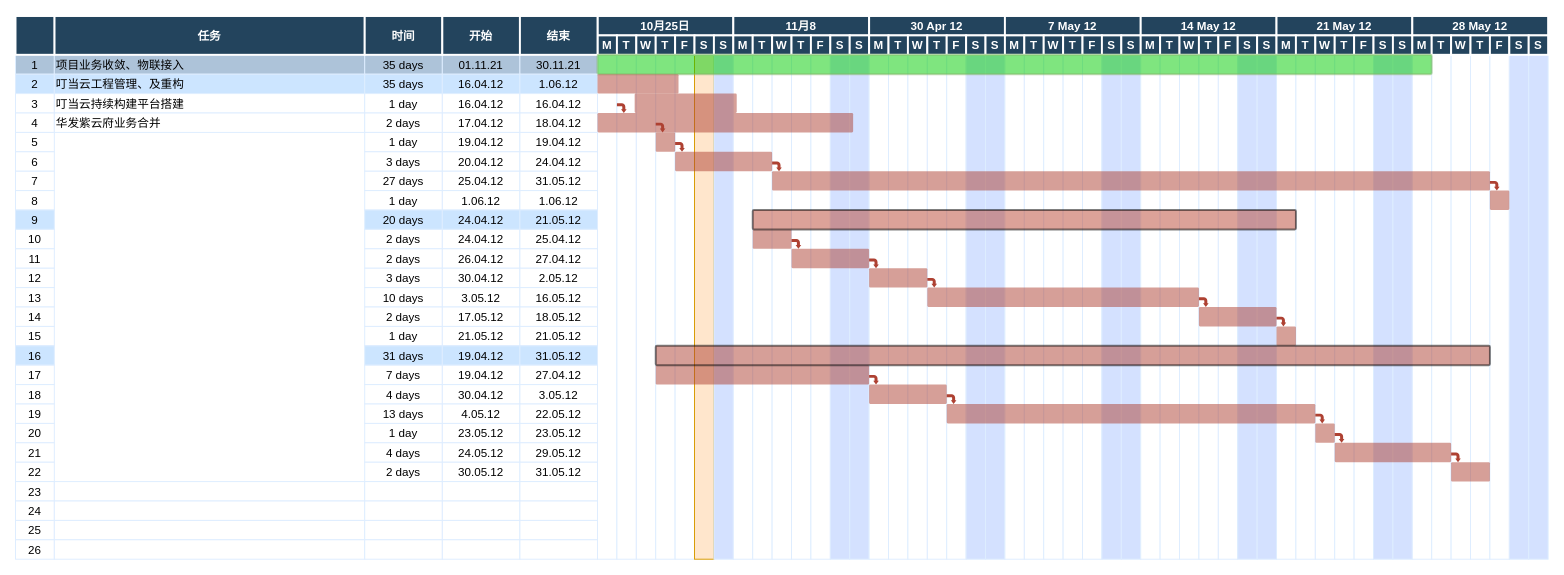
Above: Untitled Diagram.drawio in csm1sh/pinspire (draw.io), before the change. Source tidied: cells renumbered, new cells numbered last; positions are measured from the earlier drawing's top-left corner, leaving out a move shared by most shapes. Both pictures are drawn from the tidied source at 97%, with x=0, y=0 at pixel (15, 16).
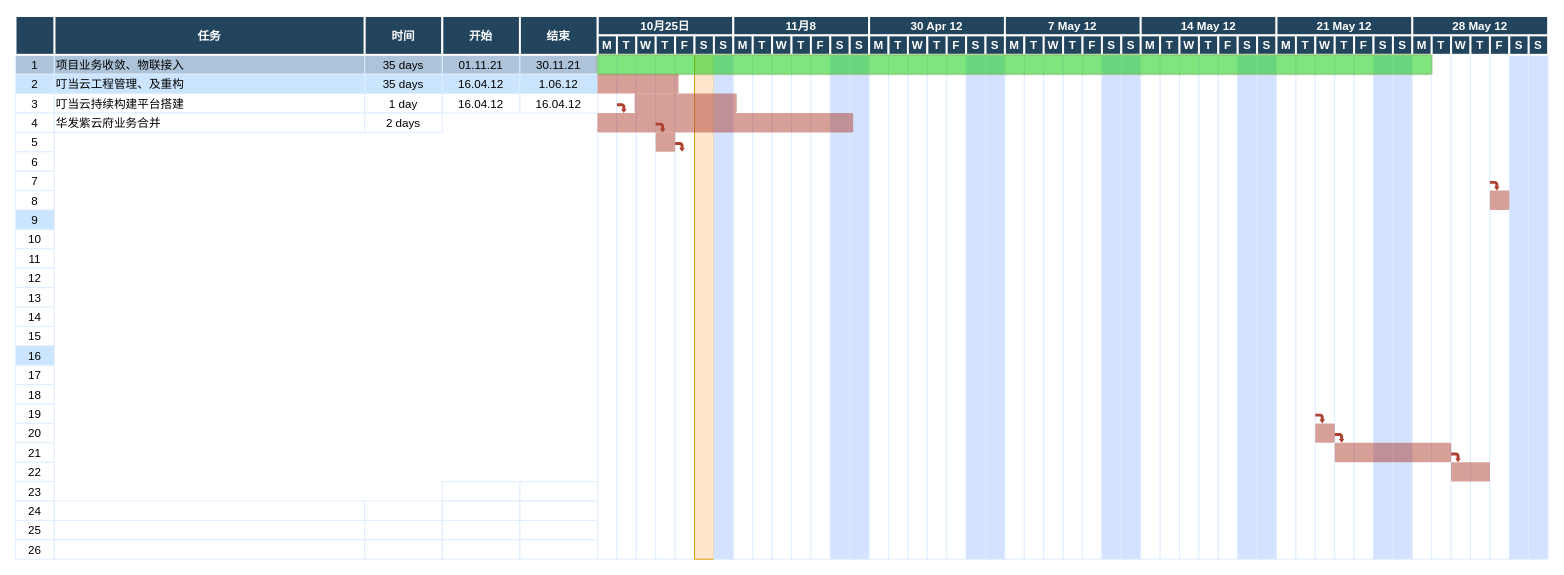
Above is the later version.

The edit, as a diff of the source:
```diff
@@
-    <mxCell id="21" value="17.04.12" style="strokeColor=#DEEDFF;" parent="1" vertex="1">
-      <mxGeometry x="440.5" y="100" width="80" height="20" as="geometry" />
-    </mxCell>
-    <mxCell id="22" value="18.04.12" style="strokeColor=#DEEDFF;" parent="1" vertex="1">
-      <mxGeometry x="520.5" y="100" width="80" height="20" as="geometry" />
-    </mxCell>
@@
-    <mxCell id="24" value="1 day" style="strokeColor=#DEEDFF;" parent="1" vertex="1">
-      <mxGeometry x="360.5" y="120" width="80" height="20" as="geometry" />
-    </mxCell>
-    <mxCell id="25" value="19.04.12" style="strokeColor=#DEEDFF;" parent="1" vertex="1">
-      <mxGeometry x="440.5" y="120" width="80" height="20" as="geometry" />
-    </mxCell>
-    <mxCell id="26" value="19.04.12" style="strokeColor=#DEEDFF;" parent="1" vertex="1">
-      <mxGeometry x="520.5" y="120" width="80" height="20" as="geometry" />
-    </mxCell>
@@
-    <mxCell id="28" value="3 days" style="strokeColor=#DEEDFF;" parent="1" vertex="1">
-      <mxGeometry x="360.5" y="140" width="80" height="20" as="geometry" />
-    </mxCell>
-    <mxCell id="29" value="20.04.12" style="strokeColor=#DEEDFF;" parent="1" vertex="1">
-      <mxGeometry x="440.5" y="140" width="80" height="20" as="geometry" />
-    </mxCell>
-    <mxCell id="30" value="24.04.12" style="strokeColor=#DEEDFF;" parent="1" vertex="1">
-      <mxGeometry x="520.5" y="140" width="80" height="20" as="geometry" />
-    </mxCell>
@@
-    <mxCell id="32" value="27 days" style="strokeColor=#DEEDFF;" parent="1" vertex="1">
-      <mxGeometry x="360.5" y="160" width="80" height="20" as="geometry" />
-    </mxCell>
-    <mxCell id="33" value="25.04.12" style="strokeColor=#DEEDFF;" parent="1" vertex="1">
-      <mxGeometry x="440.5" y="160" width="80" height="20" as="geometry" />
-    </mxCell>
-    <mxCell id="34" value="31.05.12" style="strokeColor=#DEEDFF;" parent="1" vertex="1">
-      <mxGeometry x="520.5" y="160" width="80" height="20" as="geometry" />
-    </mxCell>
@@
-    <mxCell id="36" value="1 day" style="strokeColor=#DEEDFF;" parent="1" vertex="1">
-      <mxGeometry x="360.5" y="180" width="80" height="20" as="geometry" />
-    </mxCell>
-    <mxCell id="37" value="1.06.12" style="strokeColor=#DEEDFF;" parent="1" vertex="1">
-      <mxGeometry x="440.5" y="180" width="80" height="20" as="geometry" />
-    </mxCell>
-    <mxCell id="38" value="1.06.12" style="strokeColor=#DEEDFF;" parent="1" vertex="1">
-      <mxGeometry x="520.5" y="180" width="80" height="20" as="geometry" />
-    </mxCell>
@@
-    <mxCell id="40" value="20 days" style="strokeColor=#DEEDFF;fillColor=#CCE5FF;" parent="1" vertex="1">
-      <mxGeometry x="360.5" y="200" width="80" height="20" as="geometry" />
-    </mxCell>
-    <mxCell id="41" value="24.04.12" style="strokeColor=#DEEDFF;fillColor=#CCE5FF;" parent="1" vertex="1">
-      <mxGeometry x="440.5" y="200" width="80" height="20" as="geometry" />
-    </mxCell>
-    <mxCell id="42" value="21.05.12" style="strokeColor=#DEEDFF;fillColor=#CCE5FF;" parent="1" vertex="1">
-      <mxGeometry x="520.5" y="200" width="80" height="20" as="geometry" />
-    </mxCell>
@@
-    <mxCell id="44" value="2 days" style="strokeColor=#DEEDFF;" parent="1" vertex="1">
-      <mxGeometry x="360.5" y="220" width="80" height="20" as="geometry" />
-    </mxCell>
-    <mxCell id="45" value="24.04.12" style="strokeColor=#DEEDFF;" parent="1" vertex="1">
-      <mxGeometry x="440.5" y="220" width="80" height="20" as="geometry" />
-    </mxCell>
-    <mxCell id="46" value="25.04.12" style="strokeColor=#DEEDFF;" parent="1" vertex="1">
-      <mxGeometry x="520.5" y="220" width="80" height="20" as="geometry" />
-    </mxCell>
@@
-    <mxCell id="48" value="2 days" style="strokeColor=#DEEDFF;" parent="1" vertex="1">
-      <mxGeometry x="360.5" y="240" width="80" height="20" as="geometry" />
-    </mxCell>
-    <mxCell id="49" value="26.04.12" style="strokeColor=#DEEDFF;" parent="1" vertex="1">
-      <mxGeometry x="440.5" y="240" width="80" height="20" as="geometry" />
-    </mxCell>
-    <mxCell id="50" value="27.04.12" style="strokeColor=#DEEDFF;" parent="1" vertex="1">
-      <mxGeometry x="520.5" y="240" width="80" height="20" as="geometry" />
-    </mxCell>
@@
-    <mxCell id="52" value="3 days" style="strokeColor=#DEEDFF;" parent="1" vertex="1">
-      <mxGeometry x="360.5" y="260" width="80" height="20" as="geometry" />
-    </mxCell>
-    <mxCell id="53" value="30.04.12" style="strokeColor=#DEEDFF;" parent="1" vertex="1">
-      <mxGeometry x="440.5" y="260" width="80" height="20" as="geometry" />
-    </mxCell>
-    <mxCell id="54" value="2.05.12" style="strokeColor=#DEEDFF;" parent="1" vertex="1">
-      <mxGeometry x="520.5" y="260" width="80" height="20" as="geometry" />
-    </mxCell>
@@
-    <mxCell id="56" value="10 days" style="strokeColor=#DEEDFF;" parent="1" vertex="1">
-      <mxGeometry x="360.5" y="280" width="80" height="20" as="geometry" />
-    </mxCell>
-    <mxCell id="57" value="3.05.12" style="strokeColor=#DEEDFF;" parent="1" vertex="1">
-      <mxGeometry x="440.5" y="280" width="80" height="20" as="geometry" />
-    </mxCell>
-    <mxCell id="58" value="16.05.12" style="strokeColor=#DEEDFF;" parent="1" vertex="1">
-      <mxGeometry x="520.5" y="280" width="80" height="20" as="geometry" />
-    </mxCell>
@@
-    <mxCell id="60" value="2 days" style="strokeColor=#DEEDFF;" parent="1" vertex="1">
-      <mxGeometry x="360.5" y="300" width="80" height="20" as="geometry" />
-    </mxCell>
-    <mxCell id="61" value="17.05.12" style="strokeColor=#DEEDFF;" parent="1" vertex="1">
-      <mxGeometry x="440.5" y="300" width="80" height="20" as="geometry" />
-    </mxCell>
-    <mxCell id="62" value="18.05.12" style="strokeColor=#DEEDFF;" parent="1" vertex="1">
-      <mxGeometry x="520.5" y="300" width="80" height="20" as="geometry" />
-    </mxCell>
@@
-    <mxCell id="64" value="1 day" style="strokeColor=#DEEDFF;fillColor=#FFFFFF;" parent="1" vertex="1">
-      <mxGeometry x="360.5" y="320" width="80" height="20" as="geometry" />
-    </mxCell>
-    <mxCell id="65" value="21.05.12" style="strokeColor=#DEEDFF;fillColor=#FFFFFF;" parent="1" vertex="1">
-      <mxGeometry x="440.5" y="320" width="80" height="20" as="geometry" />
-    </mxCell>
-    <mxCell id="66" value="21.05.12" style="strokeColor=#DEEDFF;fillColor=#FFFFFF;" parent="1" vertex="1">
-      <mxGeometry x="520.5" y="320" width="80" height="20" as="geometry" />
-    </mxCell>
@@
-    <mxCell id="68" value="31 days" style="strokeColor=#DEEDFF;fillColor=#CCE5FF;" parent="1" vertex="1">
-      <mxGeometry x="360.5" y="340" width="80" height="20" as="geometry" />
-    </mxCell>
-    <mxCell id="69" value="19.04.12" style="strokeColor=#DEEDFF;fillColor=#CCE5FF;" parent="1" vertex="1">
-      <mxGeometry x="440.5" y="340" width="80" height="20" as="geometry" />
-    </mxCell>
-    <mxCell id="70" value="31.05.12" style="strokeColor=#DEEDFF;fillColor=#CCE5FF;" parent="1" vertex="1">
-      <mxGeometry x="520.5" y="340" width="80" height="20" as="geometry" />
-    </mxCell>
@@
-    <mxCell id="72" value="7 days" style="strokeColor=#DEEDFF;" parent="1" vertex="1">
-      <mxGeometry x="360.5" y="360" width="80" height="20" as="geometry" />
-    </mxCell>
-    <mxCell id="73" value="19.04.12" style="strokeColor=#DEEDFF;" parent="1" vertex="1">
-      <mxGeometry x="440.5" y="360" width="80" height="20" as="geometry" />
-    </mxCell>
-    <mxCell id="74" value="27.04.12" style="strokeColor=#DEEDFF;" parent="1" vertex="1">
-      <mxGeometry x="520.5" y="360" width="80" height="20" as="geometry" />
-    </mxCell>
@@
-    <mxCell id="76" value="4 days" style="strokeColor=#DEEDFF;" parent="1" vertex="1">
-      <mxGeometry x="360.5" y="380" width="80" height="20" as="geometry" />
-    </mxCell>
-    <mxCell id="77" value="30.04.12" style="strokeColor=#DEEDFF;" parent="1" vertex="1">
-      <mxGeometry x="440.5" y="380" width="80" height="20" as="geometry" />
-    </mxCell>
-    <mxCell id="78" value="3.05.12" style="strokeColor=#DEEDFF;" parent="1" vertex="1">
-      <mxGeometry x="520.5" y="380" width="80" height="20" as="geometry" />
-    </mxCell>
@@
-    <mxCell id="80" value="13 days" style="strokeColor=#DEEDFF;" parent="1" vertex="1">
-      <mxGeometry x="360.5" y="400" width="80" height="20" as="geometry" />
-    </mxCell>
-    <mxCell id="81" value="4.05.12" style="strokeColor=#DEEDFF;" parent="1" vertex="1">
-      <mxGeometry x="440.5" y="400" width="80" height="20" as="geometry" />
-    </mxCell>
-    <mxCell id="82" value="22.05.12" style="strokeColor=#DEEDFF;" parent="1" vertex="1">
-      <mxGeometry x="520.5" y="400" width="80" height="20" as="geometry" />
-    </mxCell>
@@
-    <mxCell id="84" value="1 day" style="strokeColor=#DEEDFF;" parent="1" vertex="1">
-      <mxGeometry x="360.5" y="420" width="80" height="20" as="geometry" />
-    </mxCell>
-    <mxCell id="85" value="23.05.12" style="strokeColor=#DEEDFF;" parent="1" vertex="1">
-      <mxGeometry x="440.5" y="420" width="80" height="20" as="geometry" />
-    </mxCell>
-    <mxCell id="86" value="23.05.12" style="strokeColor=#DEEDFF;" parent="1" vertex="1">
-      <mxGeometry x="520.5" y="420" width="80" height="20" as="geometry" />
-    </mxCell>
@@
-    <mxCell id="88" value="4 days" style="strokeColor=#DEEDFF;" parent="1" vertex="1">
-      <mxGeometry x="360.5" y="440" width="80" height="20" as="geometry" />
-    </mxCell>
-    <mxCell id="89" value="24.05.12" style="strokeColor=#DEEDFF;" parent="1" vertex="1">
-      <mxGeometry x="440.5" y="440" width="80" height="20" as="geometry" />
-    </mxCell>
-    <mxCell id="90" value="29.05.12" style="strokeColor=#DEEDFF;" parent="1" vertex="1">
-      <mxGeometry x="520.5" y="440" width="80" height="20" as="geometry" />
-    </mxCell>
@@
-    <mxCell id="92" value="2 days" style="strokeColor=#DEEDFF;" parent="1" vertex="1">
-      <mxGeometry x="360.5" y="460" width="80" height="20" as="geometry" />
-    </mxCell>
-    <mxCell id="93" value="30.05.12" style="strokeColor=#DEEDFF;" parent="1" vertex="1">
-      <mxGeometry x="440.5" y="460" width="80" height="20" as="geometry" />
-    </mxCell>
-    <mxCell id="94" value="31.05.12" style="strokeColor=#DEEDFF;" parent="1" vertex="1">
-      <mxGeometry x="520.5" y="460" width="80" height="20" as="geometry" />
-    </mxCell>
@@
-    <mxCell id="96" style="align=left;strokeColor=#DEEDFF;" parent="1" vertex="1">
-      <mxGeometry x="40.5" y="480" width="320" height="20" as="geometry" />
-    </mxCell>
-    <mxCell id="97" style="strokeColor=#DEEDFF;" parent="1" vertex="1">
-      <mxGeometry x="360.5" y="480" width="80" height="20" as="geometry" />
-    </mxCell>
@@
-    <mxCell id="228" style="shape=mxgraph.flowchart.process;fillColor=#AE4132;strokeColor=none;strokeWidth=2;opacity=50;" parent="1" vertex="1">
-      <mxGeometry x="780.5" y="160" width="740" height="20" as="geometry" />
-    </mxCell>
@@
-    <mxCell id="233" style="shape=mxgraph.flowchart.process;fillColor=#AE4132;strokeColor=none;strokeWidth=2;opacity=50;" parent="1" vertex="1">
-      <mxGeometry x="680.5" y="140" width="100" height="20" as="geometry" />
-    </mxCell>
-    <mxCell id="234" style="shape=mxgraph.arrows.bent_right_arrow;fillColor=#AE4132;strokeColor=none;strokeWidth=2;direction=south;" parent="1" vertex="1">
-      <mxGeometry x="780.5" y="150" width="10" height="10" as="geometry" />
-    </mxCell>
-    <mxCell id="235" style="shape=mxgraph.flowchart.process;fillColor=#AE4132;strokeColor=none;strokeWidth=2;opacity=50;" parent="1" vertex="1">
-      <mxGeometry x="760.5" y="220" width="40" height="20" as="geometry" />
-    </mxCell>
-    <mxCell id="236" style="shape=mxgraph.flowchart.process;fillColor=#BA4635;strokeColor=#000000;strokeWidth=2;opacity=50;" parent="1" vertex="1">
-      <mxGeometry x="760.5" y="200" width="560" height="20" as="geometry" />
-    </mxCell>
-    <mxCell id="237" style="shape=mxgraph.flowchart.process;fillColor=#AE4132;strokeColor=none;strokeWidth=2;opacity=50;" parent="1" vertex="1">
-      <mxGeometry x="800.5" y="240" width="80" height="20" as="geometry" />
-    </mxCell>
-    <mxCell id="238" style="shape=mxgraph.flowchart.process;fillColor=#AE4132;strokeColor=none;strokeWidth=2;opacity=50;" parent="1" vertex="1">
-      <mxGeometry x="880.5" y="260" width="60" height="20" as="geometry" />
-    </mxCell>
-    <mxCell id="239" style="shape=mxgraph.flowchart.process;fillColor=#AE4132;strokeColor=none;strokeWidth=2;opacity=50;" parent="1" vertex="1">
-      <mxGeometry x="940.5" y="280" width="280" height="20" as="geometry" />
-    </mxCell>
-    <mxCell id="240" style="shape=mxgraph.flowchart.process;fillColor=#AE4132;strokeColor=none;strokeWidth=2;opacity=50;" parent="1" vertex="1">
-      <mxGeometry x="1220.5" y="300" width="80" height="20" as="geometry" />
-    </mxCell>
-    <mxCell id="241" style="shape=mxgraph.flowchart.process;fillColor=#AE4132;strokeColor=none;strokeWidth=2;opacity=50;" parent="1" vertex="1">
-      <mxGeometry x="1300.5" y="320" width="20" height="20" as="geometry" />
-    </mxCell>
-    <mxCell id="242" style="shape=mxgraph.flowchart.process;fillColor=#AE4132;strokeColor=none;strokeWidth=2;opacity=50;" parent="1" vertex="1">
-      <mxGeometry x="660.5" y="360" width="220" height="20" as="geometry" />
-    </mxCell>
-    <mxCell id="243" style="shape=mxgraph.flowchart.process;fillColor=#AE4132;strokeColor=none;strokeWidth=2;opacity=50;" parent="1" vertex="1">
-      <mxGeometry x="880.5" y="380" width="80" height="20" as="geometry" />
-    </mxCell>
-    <mxCell id="244" style="shape=mxgraph.flowchart.process;fillColor=#AE4132;strokeColor=none;strokeWidth=2;opacity=50;" parent="1" vertex="1">
-      <mxGeometry x="960.5" y="400" width="380" height="20" as="geometry" />
-    </mxCell>
@@
-    <mxCell id="248" style="shape=mxgraph.flowchart.process;fillColor=#AE4132;strokeColor=#000000;strokeWidth=2;opacity=50;" parent="1" vertex="1">
-      <mxGeometry x="660.5" y="340" width="860" height="20" as="geometry" />
-    </mxCell>
-    <mxCell id="249" style="shape=mxgraph.arrows.bent_right_arrow;fillColor=#AE4132;strokeColor=none;strokeWidth=2;direction=south;" parent="1" vertex="1">
-      <mxGeometry x="800.5" y="230" width="10" height="10" as="geometry" />
-    </mxCell>
-    <mxCell id="250" style="shape=mxgraph.arrows.bent_right_arrow;fillColor=#AE4132;strokeColor=none;strokeWidth=2;direction=south;" parent="1" vertex="1">
-      <mxGeometry x="880.5" y="250" width="10" height="10" as="geometry" />
-    </mxCell>
-    <mxCell id="251" style="shape=mxgraph.arrows.bent_right_arrow;fillColor=#AE4132;strokeColor=none;strokeWidth=2;direction=south;" parent="1" vertex="1">
-      <mxGeometry x="940.5" y="270" width="10" height="10" as="geometry" />
-    </mxCell>
-    <mxCell id="252" style="shape=mxgraph.arrows.bent_right_arrow;fillColor=#AE4132;strokeColor=none;strokeWidth=2;direction=south;" parent="1" vertex="1">
-      <mxGeometry x="1220.5" y="290" width="10" height="10" as="geometry" />
-    </mxCell>
-    <mxCell id="253" style="shape=mxgraph.arrows.bent_right_arrow;fillColor=#AE4132;strokeColor=none;strokeWidth=2;direction=south;" parent="1" vertex="1">
-      <mxGeometry x="1300.5" y="310" width="10" height="10" as="geometry" />
-    </mxCell>
-    <mxCell id="254" style="shape=mxgraph.arrows.bent_right_arrow;fillColor=#AE4132;strokeColor=none;strokeWidth=2;direction=south;" parent="1" vertex="1">
-      <mxGeometry x="880.5" y="370" width="10" height="10" as="geometry" />
-    </mxCell>
-    <mxCell id="255" style="shape=mxgraph.arrows.bent_right_arrow;fillColor=#AE4132;strokeColor=none;strokeWidth=2;direction=south;" parent="1" vertex="1">
-      <mxGeometry x="960.5" y="390" width="10" height="10" as="geometry" />
-    </mxCell>
```
